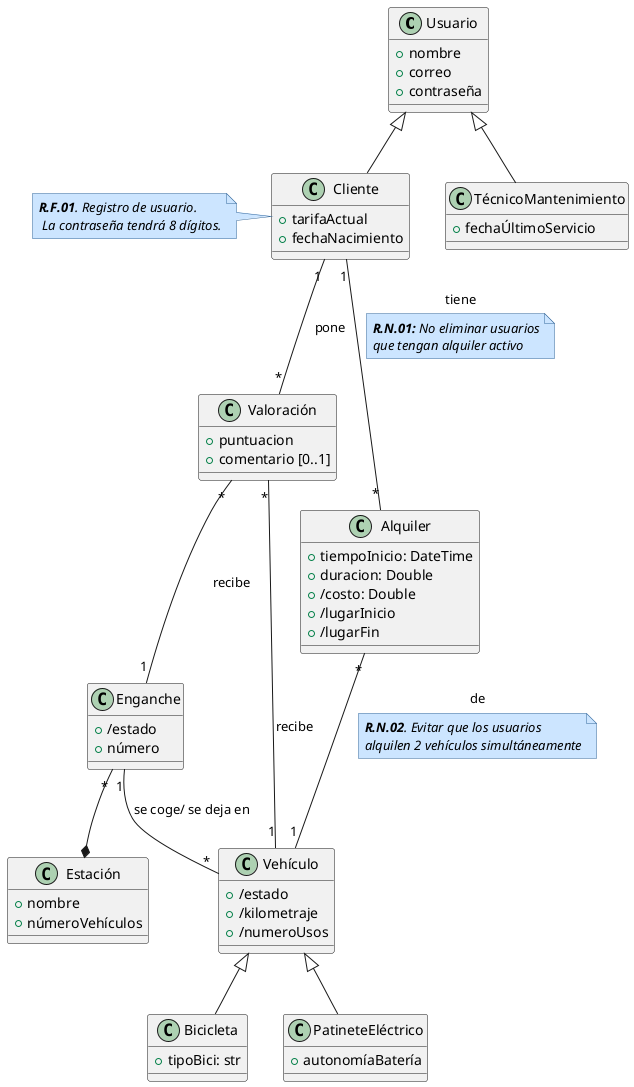
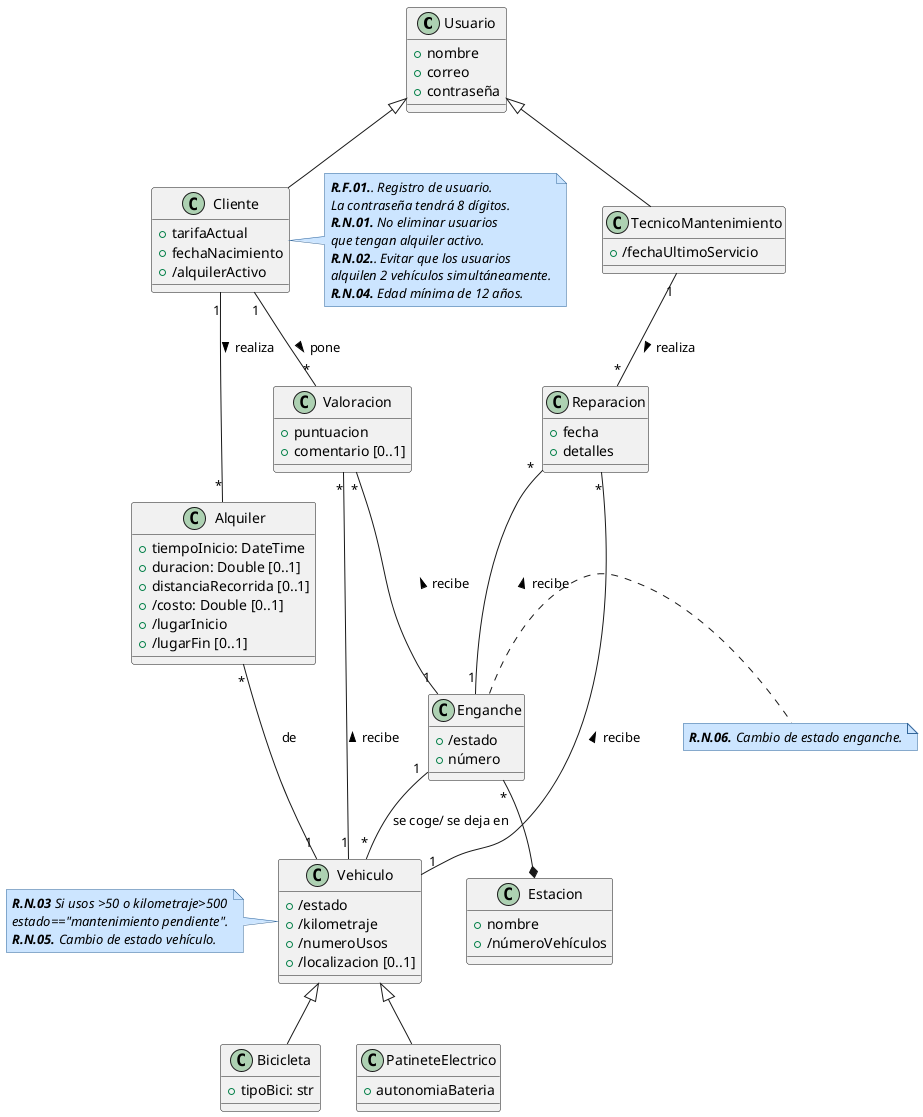
@startuml DiagramaClases

skinparam note {
  BackgroundColor #cce5ff
  BorderColor #336699
  FontStyle italic
}

class Usuario {
    +nombre
    +correo
    +contraseña
}

class Cliente {
    +tarifaActual
    +fechaNacimiento
+     +/alquilerActivo
}
- note left:**R.F.01**. Registro de usuario. \n La contraseña tendrá 8 dígitos.
+ note right
+ '''
+  **R.F.01.**. Registro de usuario.
+  La contraseña tendrá 8 dígitos.
+  **R.N.01.** No eliminar usuarios
+  que tengan alquiler activo.
+  **R.N.02.**. Evitar que los usuarios
+  alquilen 2 vehículos simultáneamente.
+  **R.N.04.** Edad mínima de 12 años.
+ '''
+ end note

- class TécnicoMantenimiento {
-     +fechaÚltimoServicio
+ 
+ class TecnicoMantenimiento {
+     +/fechaUltimoServicio
}

- class Valoración {
+ class Reparacion {
+     +fecha
+     +detalles
+ }
+ 
+ class Valoracion {
    +puntuacion
    +comentario [0..1]
}

+ /'
+ La distancia recorrida la cuenta el vehículo con un
+ medidor incorporado y solo se registra cuando termina el recorrido.
+ Por eso mismo no es derivada de lugar inicio o fin, porque si no si acabas
+ en el mismo sitio la distancia recorrida sería 0.
+ '/
class Alquiler {
    +tiempoInicio: DateTime
-     +duracion: Double
-     +/costo: Double
+     +duracion: Double [0..1]
+     +distanciaRecorrida [0..1]
+     +/costo: Double [0..1]
    +/lugarInicio
-     +/lugarFin
+     +/lugarFin [0..1]
}

- class Vehículo {
+ /'
+ La localización del vehículo se muestra cuando se guarda el vehículo.
+ No se guarda localización por GPS.
+ '/
+ class Vehiculo {
    +/estado
    +/kilometraje
    +/numeroUsos
+     +/localizacion [0..1]
}
+ note left
+ '''
+  **R.N.03** Si usos >50 o kilometraje>500
+  estado=="mantenimiento pendiente".
+  **R.N.05.** Cambio de estado vehículo.
+ '''
+ end note

- class Estación {
+ class Estacion {
    +nombre
-     +númeroVehículos
+     +/númeroVehículos
}

class Enganche {
    +/estado
    +número
}
+ note right
+ '''
+  **R.N.06.** Cambio de estado enganche.
+ '''
+ end note

class Bicicleta {
    +tipoBici: str
}

- class PatineteEléctrico {
-     +autonomíaBatería
+ class PatineteElectrico {
+     +autonomiaBateria
}

Usuario <|-- Cliente
- Usuario <|-- TécnicoMantenimiento
+ Usuario <|-- TecnicoMantenimiento

- Enganche "*"--* Estación
+ Enganche "*"--* Estacion

'Relación directa valoraciones'
- Cliente "1"--"*" Valoración : pone
- Valoración "*"--"1" Vehículo : recibe
- Valoración "*"--"1" Enganche : recibe
+ Cliente "1"--"*" Valoracion : pone >
+ Valoracion "*"--"1" Vehiculo : recibe <
+ Valoracion "*"--"1" Enganche : recibe <

- Enganche"1" -- "*"Vehículo : se coge/ se deja en
+ TecnicoMantenimiento "1"--"*" Reparacion : realiza >
+ Reparacion "*"--"1" Vehiculo : recibe <
+ Reparacion "*"--"1" Enganche : recibe <
+ 
+ Enganche "1" --"*" Vehiculo : se coge/ se deja en


'Relacion de Alquileres'
- Cliente "1"--"*"  Alquiler: tiene
- 'Requisitos seguidos de relacion a linkear'
- note on link
-   **R.N.01:** No eliminar usuarios
-   que tengan alquiler activo
- end note
+ Cliente "1"--"*"  Alquiler: realiza >

- Alquiler "*"--"1" Vehículo: de
- note on link
-     **R.N.02**. Evitar que los usuarios
-     alquilen 2 vehículos simultáneamente
- end note
+ Alquiler "*"--"1" Vehiculo: de

- Vehículo <|-- Bicicleta
- Vehículo <|-- PatineteEléctrico
+ Vehiculo <|-- Bicicleta
+ Vehiculo <|-- PatineteElectrico


@enduml